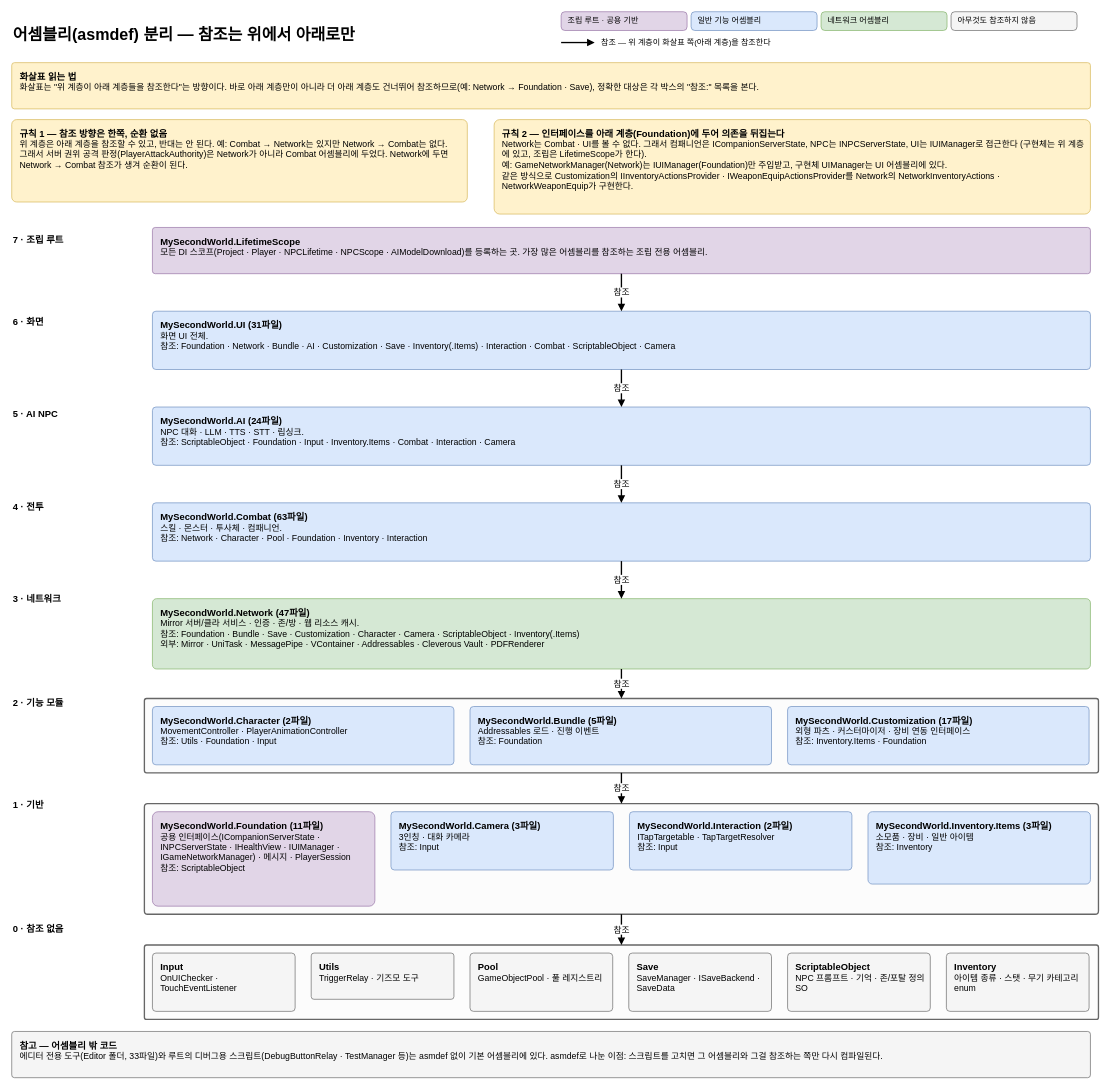
The draw.io diagram page "3. 어셈블리 구조" (3 of 13) of architecture.drawio in BAESOOHYUN/MySecondWorld-Architecture, before the edit. Source tidied: cells renumbered, new cells numbered last; positions are measured from the earlier drawing's top-left corner, leaving out a move shared by most shapes. Both pictures are drawn from the tidied source at 67%, with x=0, y=0 at pixel (11, 11).
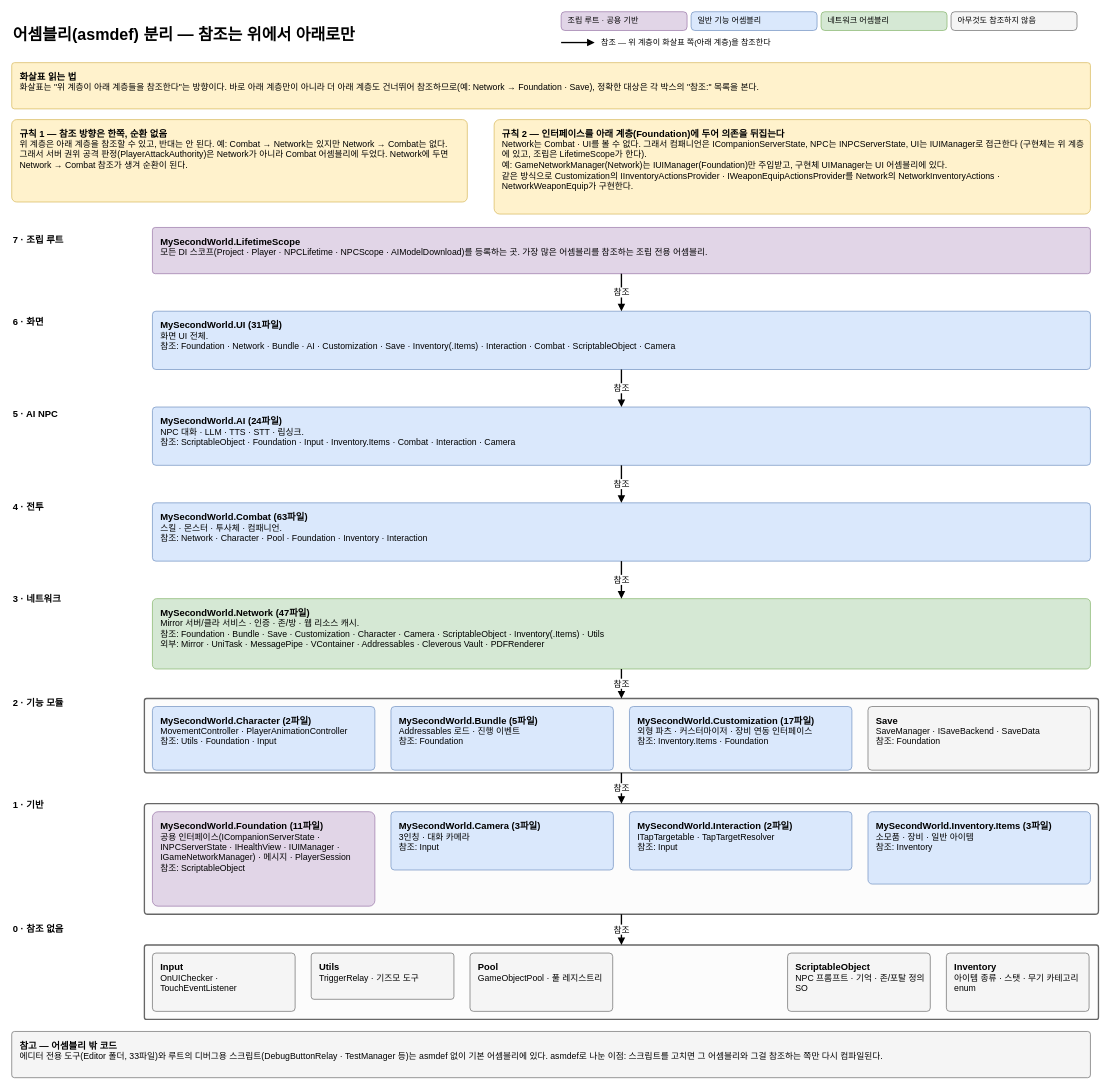
Above is the later version.

Diff of the diagram source:
```diff
@@
-    <mxCell id="15" value="&lt;b style=&quot;font-size:14px&quot;&gt;MySecondWorld.Network  (47파일)&lt;/b&gt;&lt;br&gt;&lt;span style=&quot;font-size:13px&quot;&gt;Mirror 서버/클라 서비스 · 인증 · 존/방 · 웹 리소스 캐시.&lt;br&gt;참조: Foundation · Bundle · Save · Customization · Character · Camera · ScriptableObject · Inventory(.Items)&lt;br&gt;외부: Mirror · UniTask · MessagePipe · VContainer · Addressables · Cleverous Vault · PDFRenderer&lt;/span&gt;" style="rounded=1;arcSize=6;whiteSpace=wrap;html=1;fillColor=#D5E8D4;strokeColor=#82B366;align=left;verticalAlign=top;spacingLeft=10;spacingRight=8;spacingTop=6;spacingBottom=4;fontSize=13;" parent="1" vertex="1">
+    <mxCell id="15" value="&lt;b style=&quot;font-size:14px&quot;&gt;MySecondWorld.Network  (47파일)&lt;/b&gt;&lt;br&gt;&lt;span style=&quot;font-size:13px&quot;&gt;Mirror 서버/클라 서비스 · 인증 · 존/방 · 웹 리소스 캐시.&lt;br&gt;참조: Foundation · Bundle · Save · Customization · Character · Camera · ScriptableObject · Inventory(.Items) · Utils&lt;br&gt;외부: Mirror · UniTask · MessagePipe · VContainer · Addressables · Cleverous Vault · PDFRenderer&lt;/span&gt;" style="rounded=1;arcSize=6;whiteSpace=wrap;html=1;fillColor=#D5E8D4;strokeColor=#82B366;align=left;verticalAlign=top;spacingLeft=10;spacingRight=8;spacingTop=6;spacingBottom=4;fontSize=13;" parent="1" vertex="1">
       <mxGeometry x="210" y="876" width="1400" height="105" as="geometry" />
     </mxCell>
@@
     <mxCell id="17" value="&lt;b style=&quot;font-size:14px&quot;&gt;MySecondWorld.Character  (2파일)&lt;/b&gt;&lt;br&gt;&lt;span style=&quot;font-size:13px&quot;&gt;MovementController · PlayerAnimationController&lt;br&gt;참조: Utils · Foundation · Input&lt;/span&gt;" style="rounded=1;arcSize=6;whiteSpace=wrap;html=1;fillColor=#DAE8FC;strokeColor=#6C8EBF;align=left;verticalAlign=top;spacingLeft=10;spacingRight=8;spacingTop=6;spacingBottom=4;fontSize=13;" parent="1" vertex="1">
-      <mxGeometry x="210" y="1037" width="450" height="87" as="geometry" />
+      <mxGeometry x="210" y="1037" width="332" height="95" as="geometry" />
     </mxCell>
     <mxCell id="18" value="&lt;b style=&quot;font-size:14px&quot;&gt;MySecondWorld.Bundle  (5파일)&lt;/b&gt;&lt;br&gt;&lt;span style=&quot;font-size:13px&quot;&gt;Addressables 로드 · 진행 이벤트&lt;br&gt;참조: Foundation&lt;/span&gt;" style="rounded=1;arcSize=6;whiteSpace=wrap;html=1;fillColor=#DAE8FC;strokeColor=#6C8EBF;align=left;verticalAlign=top;spacingLeft=10;spacingRight=8;spacingTop=6;spacingBottom=4;fontSize=13;" parent="1" vertex="1">
-      <mxGeometry x="684" y="1037" width="450" height="87" as="geometry" />
+      <mxGeometry x="566" y="1037" width="332" height="95" as="geometry" />
     </mxCell>
     <mxCell id="19" value="&lt;b style=&quot;font-size:14px&quot;&gt;MySecondWorld.Customization  (17파일)&lt;/b&gt;&lt;br&gt;&lt;span style=&quot;font-size:13px&quot;&gt;외형 파츠 · 커스터마이저 · 장비 연동 인터페이스&lt;br&gt;참조: Inventory.Items · Foundation&lt;/span&gt;" style="rounded=1;arcSize=6;whiteSpace=wrap;html=1;fillColor=#DAE8FC;strokeColor=#6C8EBF;align=left;verticalAlign=top;spacingLeft=10;spacingRight=8;spacingTop=6;spacingBottom=4;fontSize=13;" parent="1" vertex="1">
-      <mxGeometry x="1158" y="1037" width="450" height="87" as="geometry" />
+      <mxGeometry x="922" y="1037" width="332" height="95" as="geometry" />
     </mxCell>
@@
-    <mxCell id="29" value="&lt;b style=&quot;font-size:14px&quot;&gt;Save&lt;/b&gt;&lt;br&gt;&lt;span style=&quot;font-size:13px&quot;&gt;SaveManager · ISaveBackend · SaveData&lt;/span&gt;" style="rounded=1;arcSize=6;whiteSpace=wrap;html=1;fillColor=#F5F5F5;strokeColor=#666666;align=left;verticalAlign=top;spacingLeft=10;spacingRight=8;spacingTop=6;spacingBottom=4;fontSize=13;" parent="1" vertex="1">
-      <mxGeometry x="921" y="1405" width="213" height="87" as="geometry" />
+    <mxCell id="29" value="&lt;b style=&quot;font-size:14px&quot;&gt;Save&lt;/b&gt;&lt;br&gt;&lt;span style=&quot;font-size:13px&quot;&gt;SaveManager · ISaveBackend · SaveData&lt;br&gt;참조: Foundation&lt;/span&gt;" style="rounded=1;arcSize=6;whiteSpace=wrap;html=1;fillColor=#F5F5F5;strokeColor=#666666;align=left;verticalAlign=top;spacingLeft=10;spacingRight=8;spacingTop=6;spacingBottom=4;fontSize=13;" parent="1" vertex="1">
+      <mxGeometry x="1278" y="1037" width="332" height="95" as="geometry" />
     </mxCell>
```
